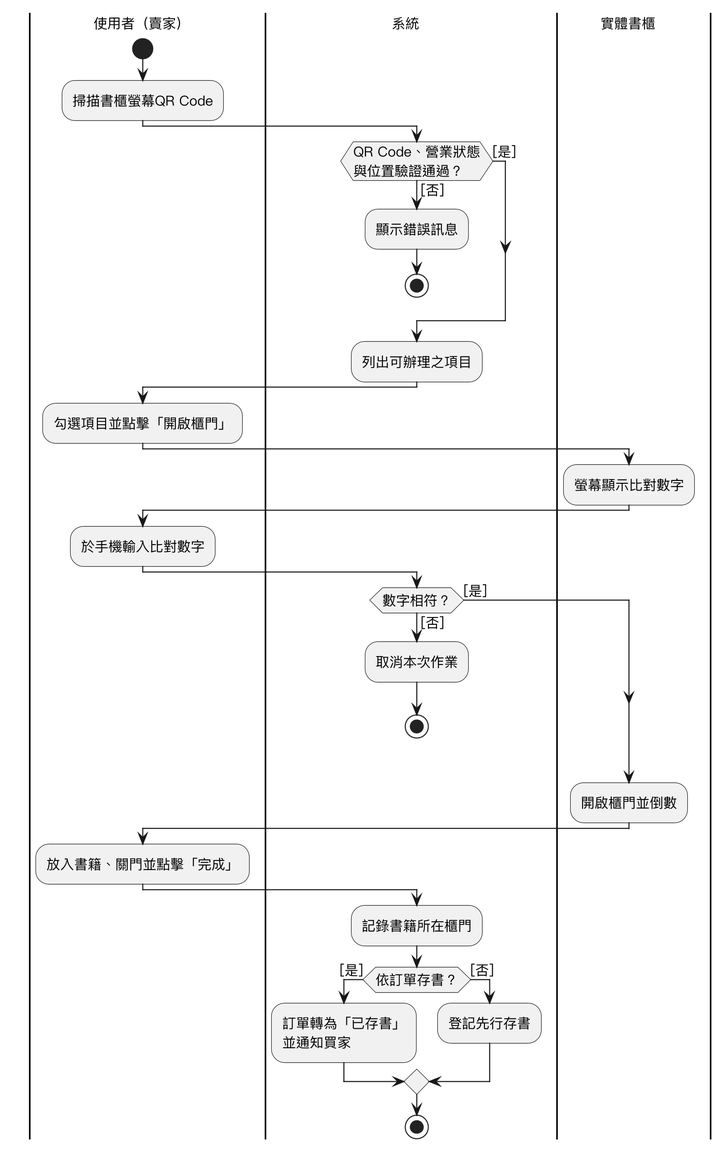
Above: Diagrams/Activity diagram/v3/uc05.png in SaveMyBook/SaveMyBook (PlantUML), before the change. Its diagram source:
```plantuml
@startuml
skinparam monochrome true
skinparam shadowing false
skinparam dpi 220
skinparam defaultFontName "PingFang TC"
skinparam defaultFontSize 13
skinparam swimlaneWidth same
|使用者（賣家）|
start
:掃描書櫃螢幕QR Code;
|系統|
if (QR Code、營業狀態\n與位置驗證通過？) then ([否])
  :顯示錯誤訊息;
  stop
else ([是])
endif
:列出可辦理之項目;
|使用者（賣家）|
:勾選項目並點擊「開啟櫃門」;
|實體書櫃|
:螢幕顯示比對數字;
|使用者（賣家）|
:於手機輸入比對數字;
|系統|
if (數字相符？) then ([否])
  :取消本次作業;
  stop
else ([是])
endif
|實體書櫃|
:開啟櫃門並倒數;
|使用者（賣家）|
:放入書籍、關門並點擊「完成」;
|系統|
:記錄書籍所在櫃門;
if (依訂單存書？) then ([是])
  :訂單轉為「已存書」\n並通知買家;
else ([否])
  :登記先行存書;
endif
stop
@enduml
```
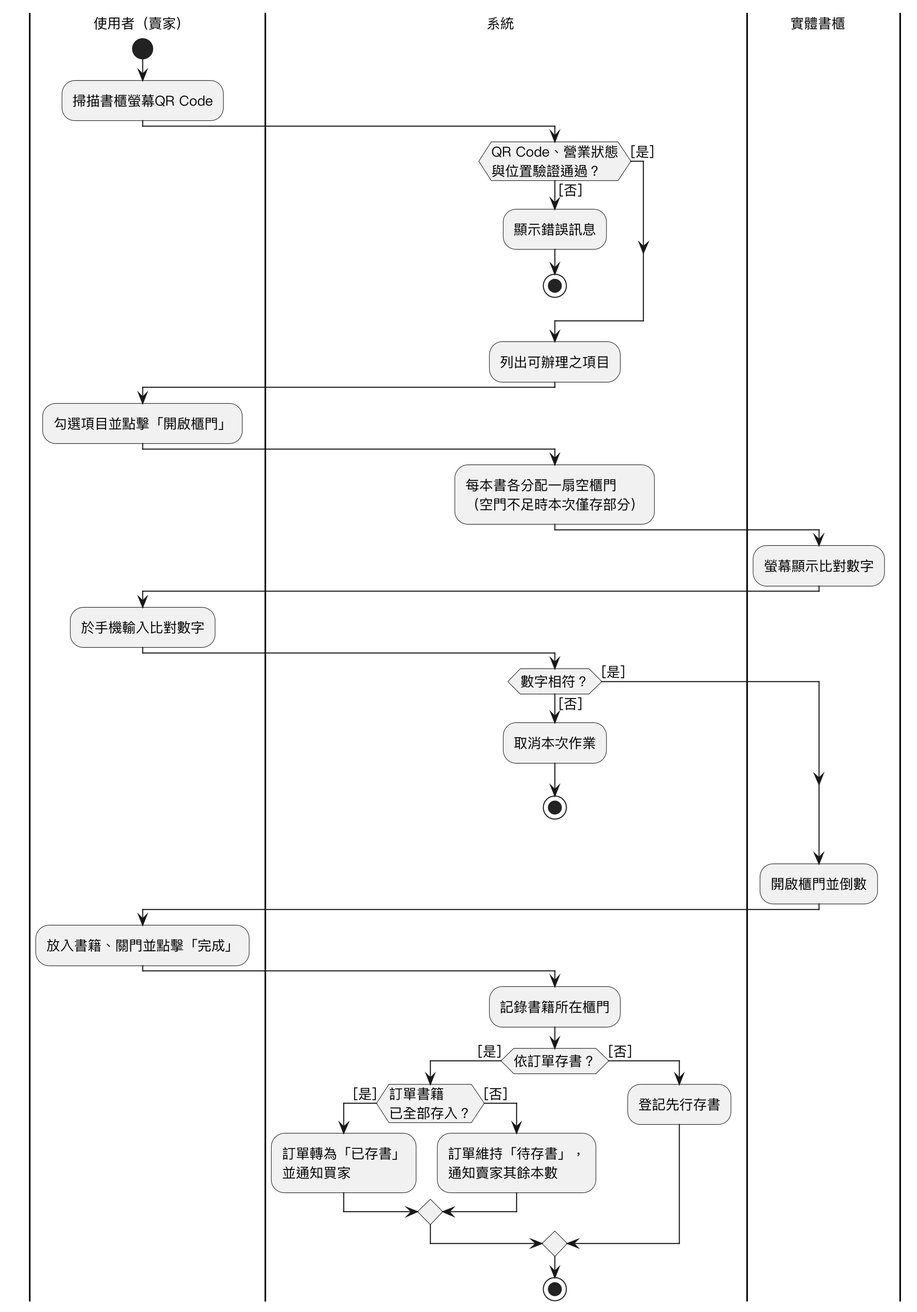
After the commit.

What changed in the source:
```diff
@@ -17,6 +17,8 @@
 :列出可辦理之項目;
 |使用者（賣家）|
 :勾選項目並點擊「開啟櫃門」;
+|系統|
+:每本書各分配一扇空櫃門\n（空門不足時本次僅存部分）;
 |實體書櫃|
 :螢幕顯示比對數字;
 |使用者（賣家）|
@@ -34,7 +36,11 @@
 |系統|
 :記錄書籍所在櫃門;
 if (依訂單存書？) then ([是])
-  :訂單轉為「已存書」\n並通知買家;
+  if (訂單書籍\n已全部存入？) then ([是])
+    :訂單轉為「已存書」\n並通知買家;
+  else ([否])
+    :訂單維持「待存書」，\n通知賣家其餘本數;
+  endif
 else ([否])
   :登記先行存書;
 endif
```
